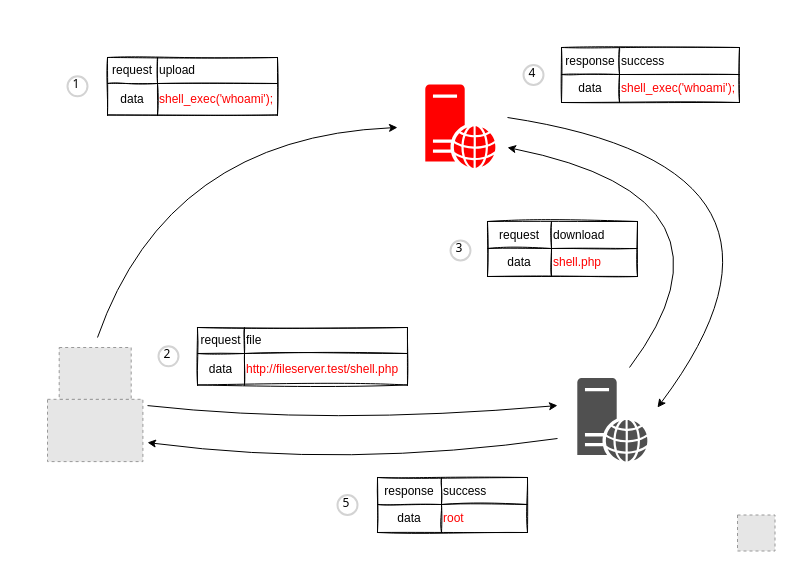
The draw.io diagram remote-file-inclusion.drawio in qeeqbox/remote-file-inclusion, before the edit. Source tidied: cells renumbered, new cells numbered last; positions are measured from the earlier drawing's top-left corner, leaving out a move shared by most shapes. Both pictures are drawn from the tidied source at 100%, with x=0, y=0 at pixel (17, 17). Pictures stored in the file or linked from it are replaced by grey dashed boxes.
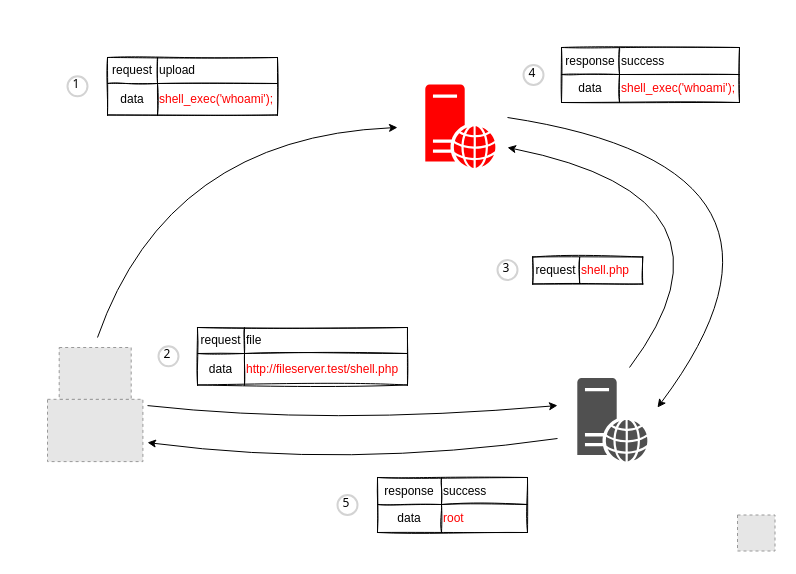
After the change.

What changed in the source:
```diff
@@
     <mxCell id="43" style="shape=table;html=1;whiteSpace=wrap;startSize=0;childLayout=tableLayout;align=left;rounded=0;shadow=0;sketch=1;arcSize=0;" parent="1" vertex="1">
-      <mxGeometry x="470" y="204" width="150" height="55" as="geometry" />
+      <mxGeometry x="515.2" y="239.5" width="110" height="27" as="geometry" />
     </mxCell>
     <mxCell id="44" style="shape=tableRow;horizontal=0;startSize=0;swimlaneHead=0;swimlaneBody=0;top=0;left=0;bottom=0;right=0;fillColor=none;" parent="43" vertex="1">
-      <mxGeometry width="150" height="27" as="geometry" />
+      <mxGeometry width="110" height="27" as="geometry" />
     </mxCell>
     <mxCell id="45" value="request" style="shape=partialRectangle;html=1;whiteSpace=wrap;fillColor=none;top=0;left=0;bottom=0;right=0;overflow=hidden;" parent="44" vertex="1">
-      <mxGeometry width="64" height="27" as="geometry" />
+      <mxGeometry width="47" height="27" as="geometry" />
     </mxCell>
-    <mxCell id="46" value="&lt;div style=&quot;text-align: center;&quot;&gt;download&lt;/div&gt;" style="shape=partialRectangle;html=1;whiteSpace=wrap;fillColor=none;top=0;left=0;bottom=0;right=0;overflow=hidden;align=left;" parent="44" vertex="1">
-      <mxGeometry x="64" width="86" height="27" as="geometry" />
+    <mxCell id="46" value="&lt;div style=&quot;text-align: center;&quot;&gt;&lt;font color=&quot;#ff0000&quot;&gt;shell.php&lt;/font&gt;&lt;/div&gt;" style="shape=partialRectangle;html=1;whiteSpace=wrap;fillColor=none;top=0;left=0;bottom=0;right=0;overflow=hidden;align=left;" parent="44" vertex="1">
+      <mxGeometry x="47" width="63" height="27" as="geometry" />
     </mxCell>
-    <mxCell id="47" style="shape=tableRow;horizontal=0;startSize=0;swimlaneHead=0;swimlaneBody=0;top=0;left=0;bottom=0;right=0;fillColor=none;" parent="43" vertex="1">
-      <mxGeometry y="27" width="150" height="28" as="geometry" />
-    </mxCell>
-    <mxCell id="48" value="data" style="shape=partialRectangle;html=1;whiteSpace=wrap;fillColor=none;top=0;left=0;bottom=0;right=0;overflow=hidden;" parent="47" vertex="1">
-      <mxGeometry width="64" height="28" as="geometry" />
-    </mxCell>
-    <mxCell id="49" value="&lt;span style=&quot;color: rgb(255, 0, 0);&quot;&gt;shell.php&lt;/span&gt;&lt;font color=&quot;#ff0000&quot;&gt;&lt;br&gt;&lt;/font&gt;" style="shape=partialRectangle;html=1;whiteSpace=wrap;fillColor=none;top=0;left=0;bottom=0;right=0;overflow=hidden;align=left;" parent="47" vertex="1">
-      <mxGeometry x="64" width="86" height="28" as="geometry" />
-    </mxCell>
@@
     <mxCell id="51" value="3" style="ellipse;whiteSpace=wrap;html=1;strokeWidth=2;fontFamily=Tahoma;spacingBottom=4;spacingRight=2;strokeColor=#d3d3d3;" parent="1" vertex="1">
-      <mxGeometry x="433" y="223" width="20" height="20" as="geometry" />
+      <mxGeometry x="480" y="242.5" width="20" height="20" as="geometry" />
     </mxCell>
```
